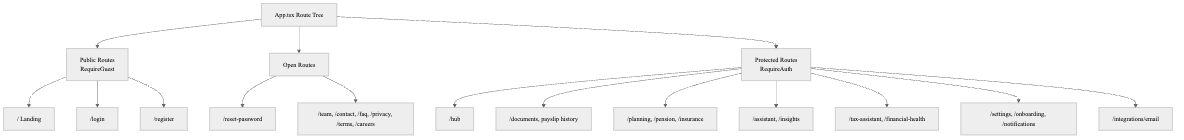
ofek1210/FinGuide keeps this Mermaid diagram as Final_Project_Book/figures/fig07-route-tree.png. Above is the earlier version. Its source is kept beside it as Final_Project_Book/figures/src/fig07-route-tree.mmd. Its diagram source:
```mermaid
flowchart TB
  Root["App.tsx Route Tree"]

  Root --> Public["Public Routes\nRequireGuest"]
  Root --> Open["Open Routes"]
  Root --> Protected["Protected Routes\nRequireAuth"]

  Public --> Home["/ Landing"]
  Public --> Login["/login"]
  Public --> Register["/register"]

  Open --> Reset["/reset-password"]
  Open --> Marketing["/team, /contact, /faq, /privacy, /terms, /careers"]

  Protected --> Hub["/hub"]
  Protected --> Docs["/documents, payslip history"]
  Protected --> Finance["/planning, /pension, /insurance"]
  Protected --> AI["/assistant, /insights"]
  Protected --> Tools["/tax-assistant, /financial-health"]
  Protected --> User["/settings, /onboarding, /notifications"]
  Protected --> Integrations["/integrations/email"]
```
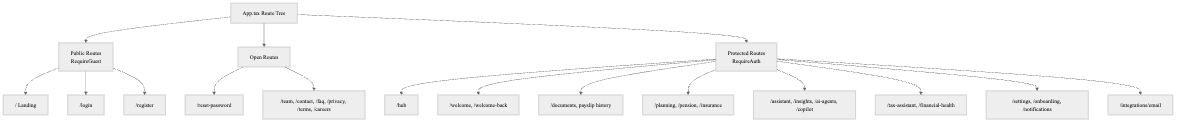
The same diagram one commit later.

What changed in the source:
```diff
@@ -13,9 +13,10 @@
   Open --> Marketing["/team, /contact, /faq, /privacy, /terms, /careers"]
 
   Protected --> Hub["/hub"]
+  Protected --> Welcome["/welcome, /welcome-back"]
   Protected --> Docs["/documents, payslip history"]
   Protected --> Finance["/planning, /pension, /insurance"]
-  Protected --> AI["/assistant, /insights"]
+  Protected --> AI["/assistant, /insights, /ai-agents, /copilot"]
   Protected --> Tools["/tax-assistant, /financial-health"]
   Protected --> User["/settings, /onboarding, /notifications"]
   Protected --> Integrations["/integrations/email"]
```
